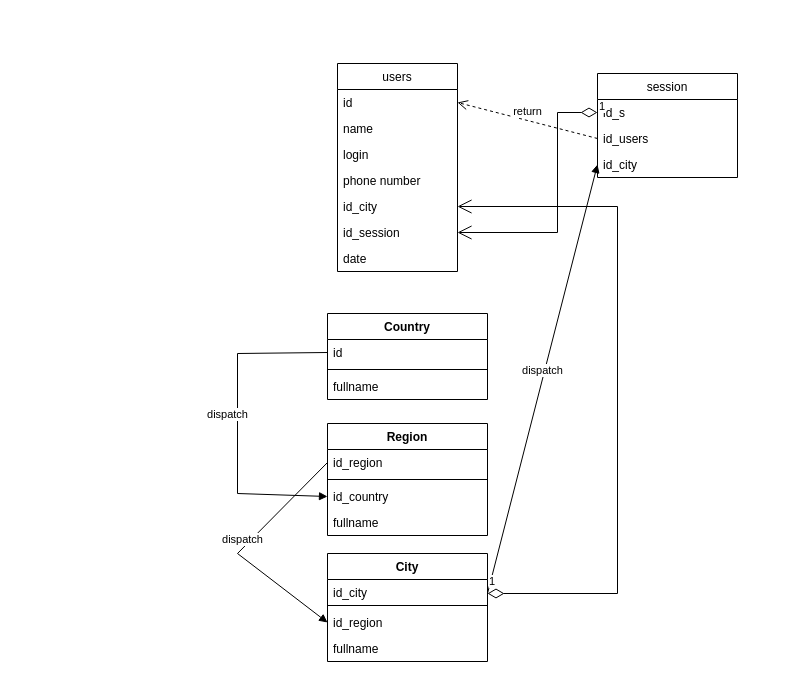
This is Untitled Diagram.drawio.xml from rezelput/JavaAndroidLearning, a draw.io file, before an edit. Source tidied: cells renumbered, new cells numbered last; positions are measured from the earlier drawing's top-left corner, leaving out a move shared by most shapes. Both pictures are drawn from the tidied source at 100%, with x=0, y=0 at pixel (237, 63).
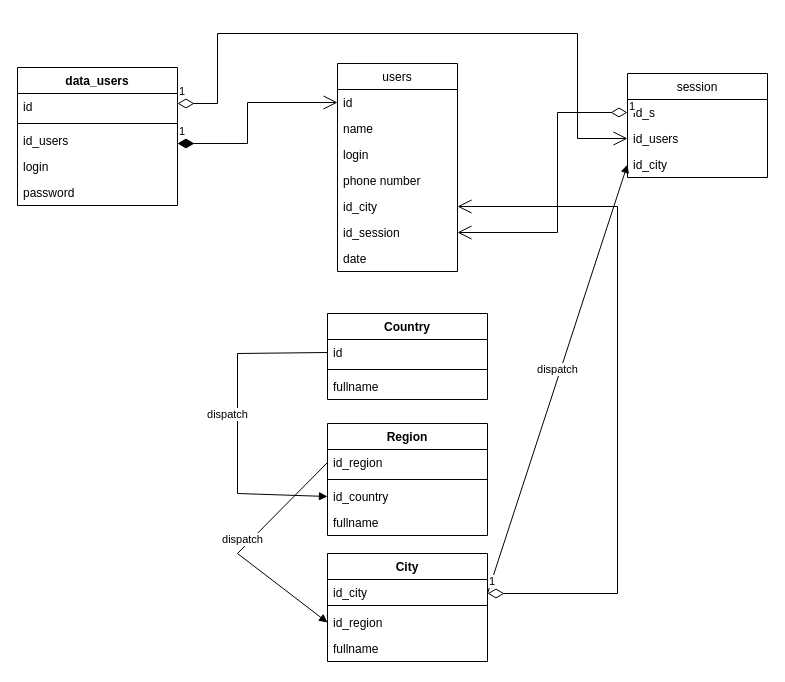
The same diagram, later.

Unchanged cells that the change refers to:
```xml
<mxCell id="3" value="id" style="text;strokeColor=none;fillColor=none;align=left;verticalAlign=top;spacingLeft=4;spacingRight=4;overflow=hidden;points=[[0,0.5],[1,0.5]];portConstraint=eastwest;" parent="2" vertex="1">
  <mxGeometry y="26" width="120" height="26" as="geometry" />
</mxCell>
<mxCell id="12" value="id_users" style="text;strokeColor=none;fillColor=none;align=left;verticalAlign=top;spacingLeft=4;spacingRight=4;overflow=hidden;points=[[0,0.5],[1,0.5]];portConstraint=eastwest;" parent="10" vertex="1">
  <mxGeometry y="52" width="140" height="26" as="geometry" />
</mxCell>
```

Diff of the diagram source:
```diff
@@
     <mxCell id="10" value="session" style="swimlane;fontStyle=0;horizontal=1;startSize=26;fillColor=none;" parent="1" vertex="1">
-      <mxGeometry x="360" y="10" width="140" height="104" as="geometry" />
+      <mxGeometry x="390" y="10" width="140" height="104" as="geometry" />
     </mxCell>
@@
-    <mxCell id="14" value="return" style="html=1;verticalAlign=bottom;endArrow=open;dashed=1;endSize=8;rounded=0;entryX=1;entryY=0.5;entryDx=0;entryDy=0;exitX=0;exitY=0.5;exitDx=0;exitDy=0;" parent="1" edge="1" source="12" target="3">
-      <mxGeometry relative="1" as="geometry" />
-    </mxCell>
@@
+    <mxCell id="34" value="data_users" style="swimlane;fontStyle=1;align=center;verticalAlign=top;horizontal=1;startSize=26;" parent="1" vertex="1">
+      <mxGeometry x="-220" y="4" width="160" height="138" as="geometry" />
+    </mxCell>
+    <mxCell id="35" value="id" style="text;strokeColor=none;fillColor=none;align=left;verticalAlign=top;spacingLeft=4;spacingRight=4;overflow=hidden;" parent="34" vertex="1">
+      <mxGeometry y="26" width="160" height="26" as="geometry" />
+    </mxCell>
+    <mxCell id="36" style="line;strokeWidth=1;fillColor=none;align=left;verticalAlign=middle;spacingTop=-1;spacingLeft=3;spacingRight=3;labelPosition=right;" parent="34" vertex="1">
+      <mxGeometry y="52" width="160" height="8" as="geometry" />
+    </mxCell>
+    <mxCell id="37" value="id_users" style="text;strokeColor=none;fillColor=none;align=left;verticalAlign=top;spacingLeft=4;spacingRight=4;overflow=hidden;" parent="34" vertex="1">
+      <mxGeometry y="60" width="160" height="26" as="geometry" />
+    </mxCell>
+    <mxCell id="38" value="login" style="text;strokeColor=none;fillColor=none;align=left;verticalAlign=top;spacingLeft=4;spacingRight=4;overflow=hidden;" parent="34" vertex="1">
+      <mxGeometry y="86" width="160" height="26" as="geometry" />
+    </mxCell>
+    <mxCell id="39" value="password" style="text;strokeColor=none;fillColor=none;align=left;verticalAlign=top;spacingLeft=4;spacingRight=4;overflow=hidden;" parent="34" vertex="1">
+      <mxGeometry y="112" width="160" height="26" as="geometry" />
+    </mxCell>
+    <mxCell id="40" value="1" style="endArrow=open;html=1;endSize=12;startArrow=diamondThin;startSize=14;startFill=1;edgeStyle=orthogonalEdgeStyle;align=left;verticalAlign=bottom;rounded=0;entryX=0;entryY=0.5;entryDx=0;entryDy=0;" parent="1" edge="1" target="3">
+      <mxGeometry x="-1" y="3" relative="1" as="geometry">
+        <mxPoint x="-60" y="80" as="sourcePoint" />
+        <Array as="points">
+          <mxPoint x="10" y="80" />
+          <mxPoint x="10" y="39" />
+        </Array>
+      </mxGeometry>
+    </mxCell>
+    <mxCell id="41" value="1" style="endArrow=open;html=1;endSize=12;startArrow=diamondThin;startSize=14;startFill=0;edgeStyle=orthogonalEdgeStyle;align=left;verticalAlign=bottom;rounded=0;entryX=0;entryY=0.5;entryDx=0;entryDy=0;" parent="1" edge="1" target="12">
+      <mxGeometry x="-1" y="3" relative="1" as="geometry">
+        <mxPoint x="-60" y="40" as="sourcePoint" />
+        <Array as="points">
+          <mxPoint x="-20" y="40" />
+          <mxPoint x="-20" y="-30" />
+          <mxPoint x="340" y="-30" />
+          <mxPoint x="340" y="75" />
+        </Array>
+      </mxGeometry>
+    </mxCell>
```
